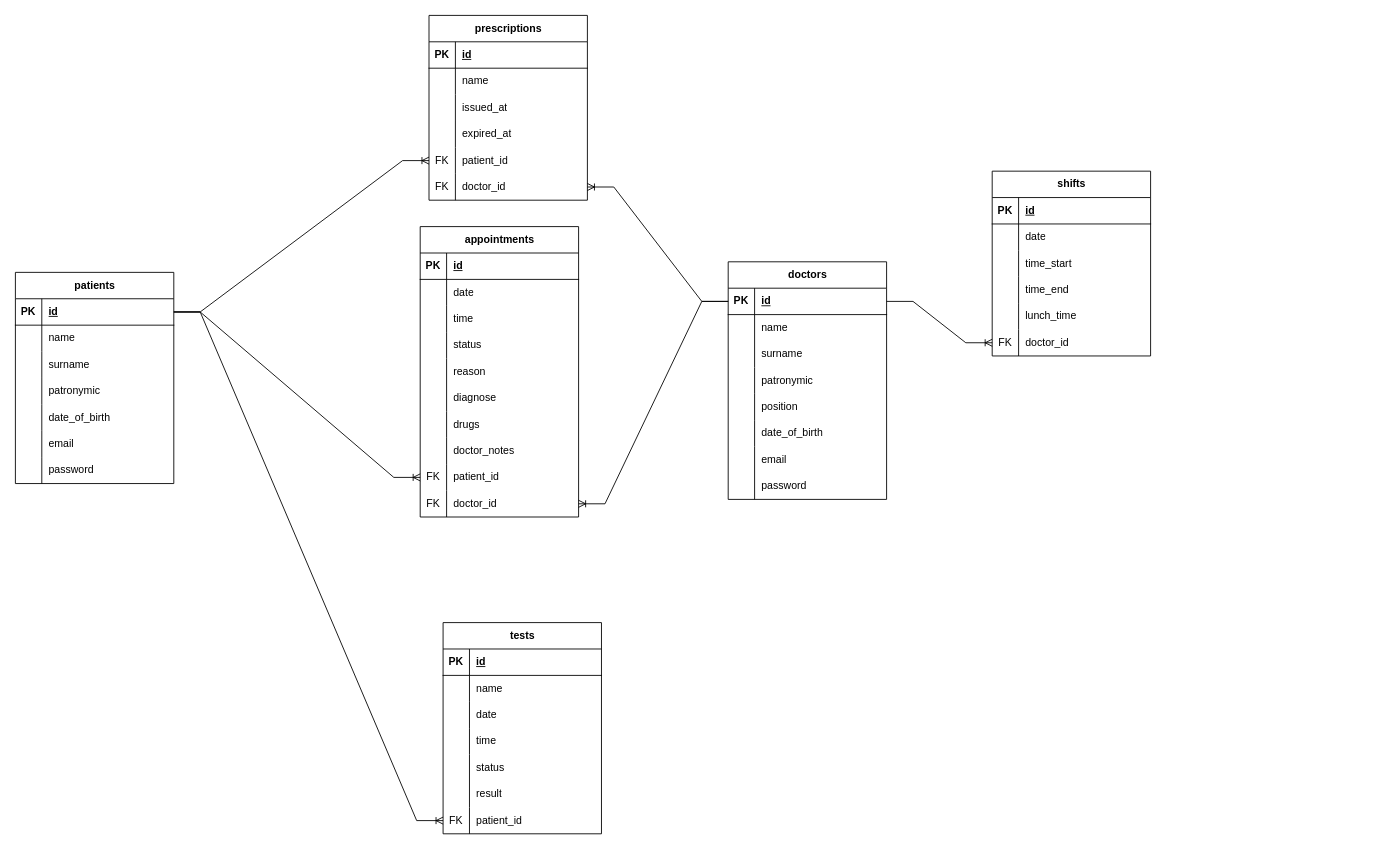
Before: DB_ERD.drawio in beerH4nter/clinic_website_coursework, a draw.io diagram. Source tidied: cells renumbered, new cells numbered last; positions are measured from the earlier drawing's top-left corner, leaving out a move shared by most shapes. Both pictures are drawn from the tidied source at 88%, with x=0, y=0 at pixel (15, 15).
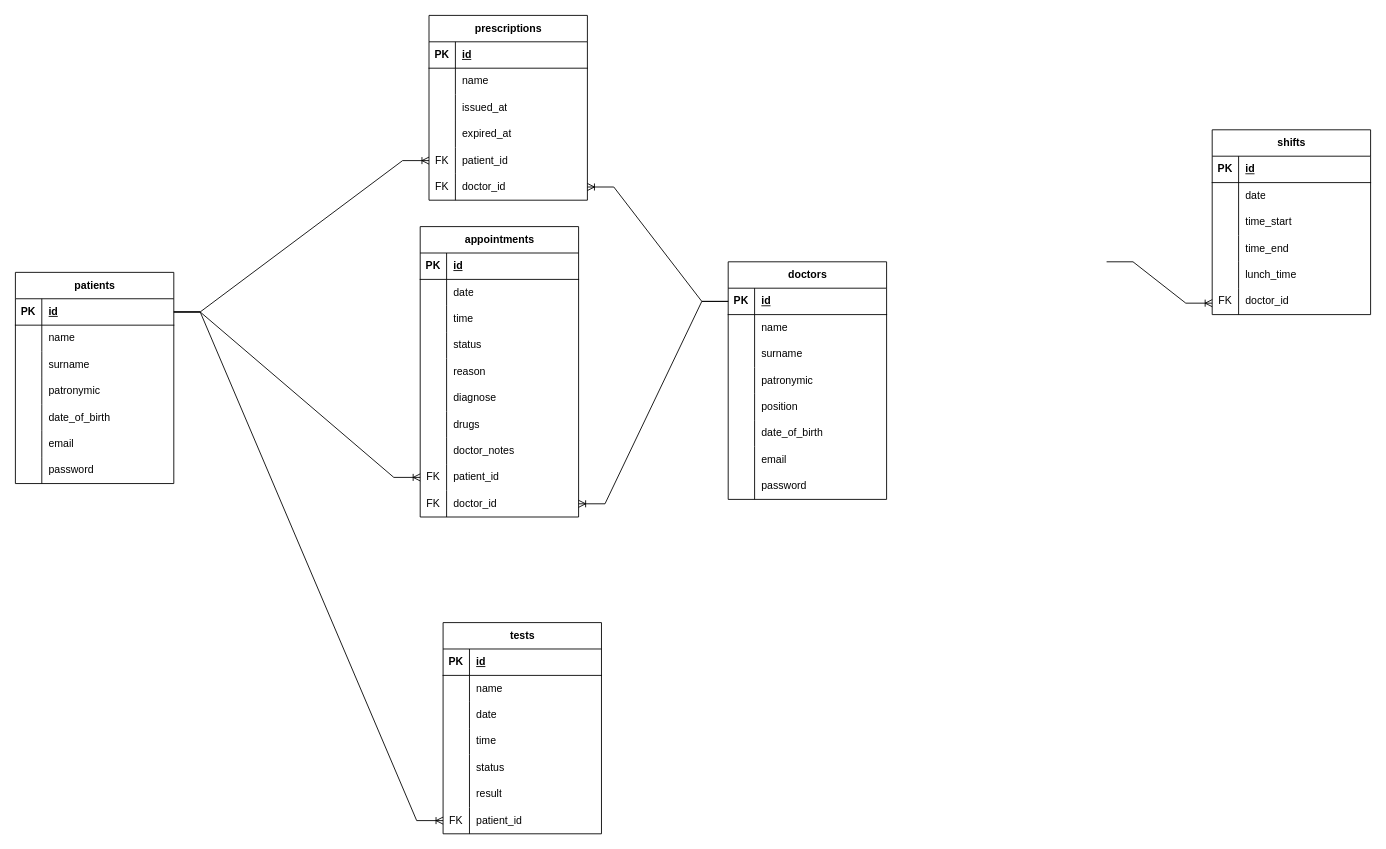
The same diagram, later.

Unchanged cells that the change refers to:
```xml
<mxCell id="78" style="shape=tableRow;horizontal=0;startSize=0;swimlaneHead=0;swimlaneBody=0;fillColor=none;points=[[0,0.5],[1,0.5]];portConstraint=eastwest;top=0;left=0;right=0;bottom=1;" parent="77" vertex="1">
  <mxGeometry y="30" width="180" height="30" as="geometry" />
</mxCell>
<mxCell id="118" style="shape=tableRow;horizontal=0;startSize=0;swimlaneHead=0;swimlaneBody=0;fillColor=none;points=[[0,0.5],[1,0.5]];portConstraint=eastwest;top=0;left=0;right=0;bottom=0;" parent="102" vertex="1">
  <mxGeometry y="180" width="180" height="30" as="geometry" />
</mxCell>
```

Diff of the diagram source:
```diff
@@
     <mxCell id="102" value="shifts" style="shape=table;startSize=30;childLayout=tableLayout;rowLines=0;fontStyle=1;align=center;html=1;" parent="1" vertex="1">
-      <mxGeometry x="1110" y="177" width="180" height="210" as="geometry" />
+      <mxGeometry x="1360" y="130" width="180" height="210" as="geometry" />
     </mxCell>
@@
-    <mxCell id="145" style="edgeStyle=entityRelationEdgeStyle;fontSize=12;html=1;endArrow=ERoneToMany;rounded=0;exitX=1;exitY=0.5;exitDx=0;exitDy=0;entryX=0;entryY=0.5;entryDx=0;entryDy=0;" parent="1" edge="1" source="78" target="118">
-      <mxGeometry relative="1" as="geometry" />
+    <mxCell id="145" style="edgeStyle=entityRelationEdgeStyle;fontSize=12;html=1;endArrow=ERoneToMany;rounded=0;exitX=1;exitY=0.5;exitDx=0;exitDy=0;entryX=0;entryY=0.5;entryDx=0;entryDy=0;" parent="1" edge="1">
+      <mxGeometry relative="1" as="geometry">
+        <mxPoint x="1240" y="280" as="sourcePoint" />
+        <mxPoint x="1360" y="327" as="targetPoint" />
+      </mxGeometry>
     </mxCell>
```
